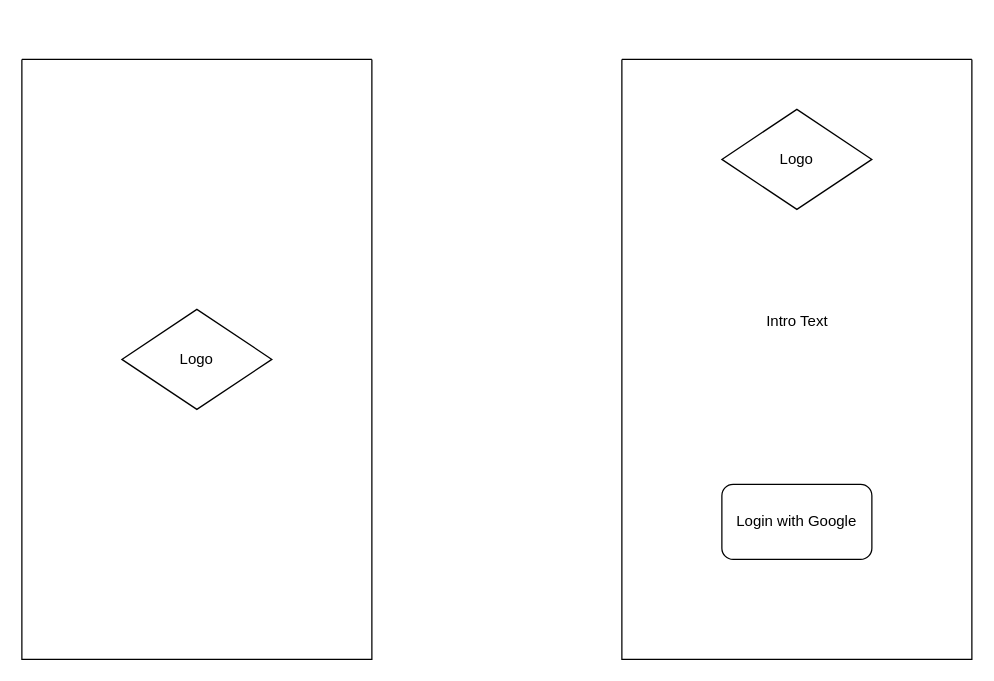
shostakov/NWARD_APP keeps this draw.io diagram as Splash and Login.drawio. Above is the earlier version. Source tidied: cells renumbered, new cells numbered last; positions are measured from the earlier drawing's top-left corner, leaving out a move shared by most shapes. Both pictures are drawn from the tidied source at 125%, with x=0, y=0 at pixel (21, 59).
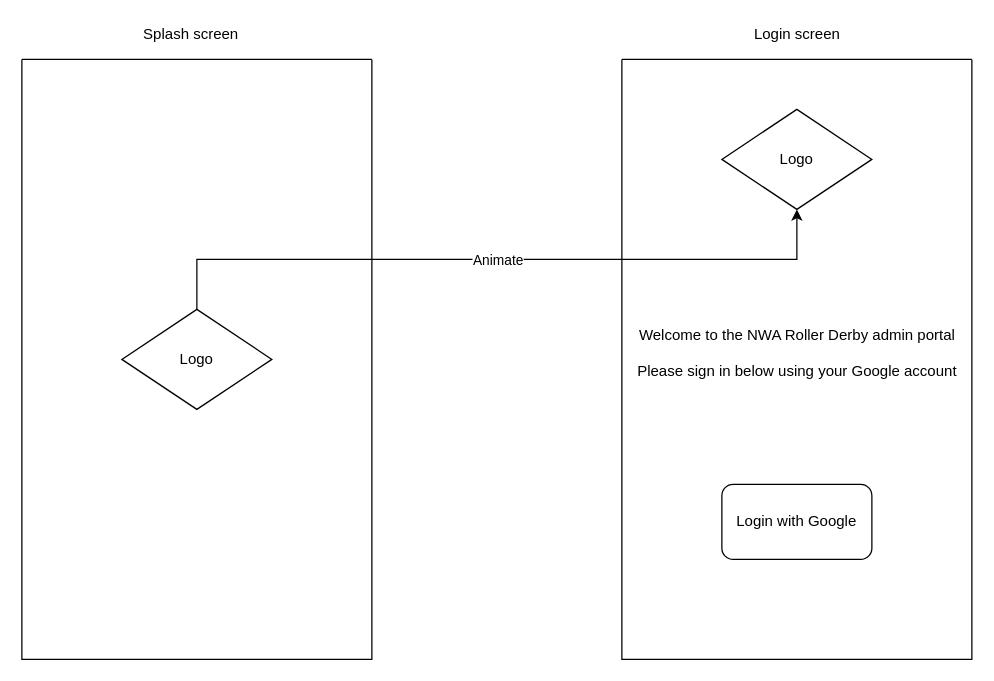
The same diagram, later.

Change to the diagram source:
```diff
@@
 <mxGraphModel>
   <root>
     <mxCell id="0" />
     <mxCell id="1" parent="0" />
     <mxCell id="2" style="swimlane;startSize=0;" parent="1" vertex="1">
       <mxGeometry width="280" height="480" as="geometry" />
     </mxCell>
     <mxCell id="3" value="Logo" style="rhombus;whiteSpace=wrap;html=1;" parent="2" vertex="1">
       <mxGeometry x="80" y="200" width="120" height="80" as="geometry" />
     </mxCell>
     <mxCell id="4" style="swimlane;startSize=0;" parent="1" vertex="1">
       <mxGeometry x="480" width="280" height="480" as="geometry" />
     </mxCell>
     <mxCell id="5" value="Logo" style="rhombus;whiteSpace=wrap;html=1;" parent="4" vertex="1">
       <mxGeometry x="80" y="40" width="120" height="80" as="geometry" />
     </mxCell>
     <mxCell id="6" value="Login with Google" style="rounded=1;whiteSpace=wrap;html=1;" parent="4" vertex="1">
       <mxGeometry x="80" y="340" width="120" height="60" as="geometry" />
     </mxCell>
-    <mxCell id="7" value="Intro Text" style="text;html=1;align=center;verticalAlign=middle;strokeColor=none;fillColor=none;" parent="4" vertex="1">
-      <mxGeometry x="110" y="200" width="60" height="20" as="geometry" />
+    <mxCell id="7" value="Welcome to the NWA Roller Derby admin portal&lt;br&gt;&lt;br&gt;Please sign in below using your Google account" style="text;html=1;align=center;verticalAlign=middle;strokeColor=none;fillColor=none;" parent="4" vertex="1">
+      <mxGeometry x="5" y="210" width="270" height="50" as="geometry" />
     </mxCell>
+    <mxCell id="8" value="Splash screen" style="text;html=1;align=center;verticalAlign=middle;strokeColor=none;fillColor=none;" parent="1" vertex="1">
+      <mxGeometry x="90" y="-30" width="90" height="20" as="geometry" />
+    </mxCell>
+    <mxCell id="9" value="Login screen" style="text;html=1;align=center;verticalAlign=middle;strokeColor=none;fillColor=none;" parent="1" vertex="1">
+      <mxGeometry x="580" y="-30" width="80" height="20" as="geometry" />
+    </mxCell>
+    <mxCell id="10" style="endArrow=classic;html=1;rounded=0;exitX=0.5;exitY=0;exitDx=0;exitDy=0;entryX=0.5;entryY=1;entryDx=0;entryDy=0;" parent="1" edge="1" source="3" target="5">
+      <mxGeometry relative="1" as="geometry">
+        <Array as="points">
+          <mxPoint x="140" y="160" />
+          <mxPoint x="620" y="160" />
+        </Array>
+      </mxGeometry>
+    </mxCell>
+    <mxCell id="11" value="Animate" style="edgeLabel;html=1;align=center;verticalAlign=middle;" parent="10" vertex="1">
+      <mxGeometry relative="1" as="geometry" />
+    </mxCell>
   </root>
 </mxGraphModel>
```
